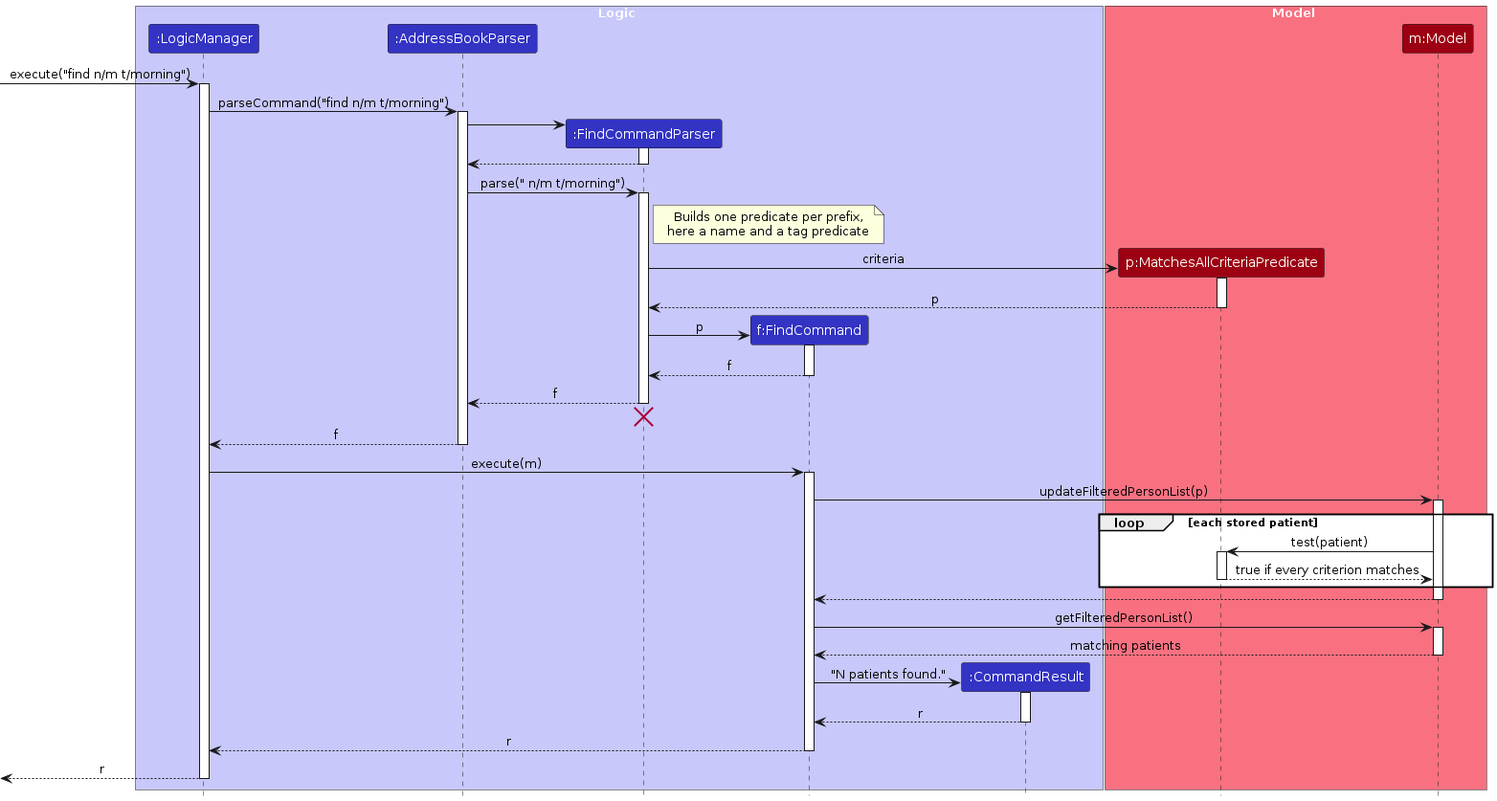
Before: diagrams/FindSequenceDiagram.png, a diagram exported from PlantUML (AY2627S1-CS2103T-T09-4/tp). Its source is kept beside it as diagrams/FindSequenceDiagram.puml.
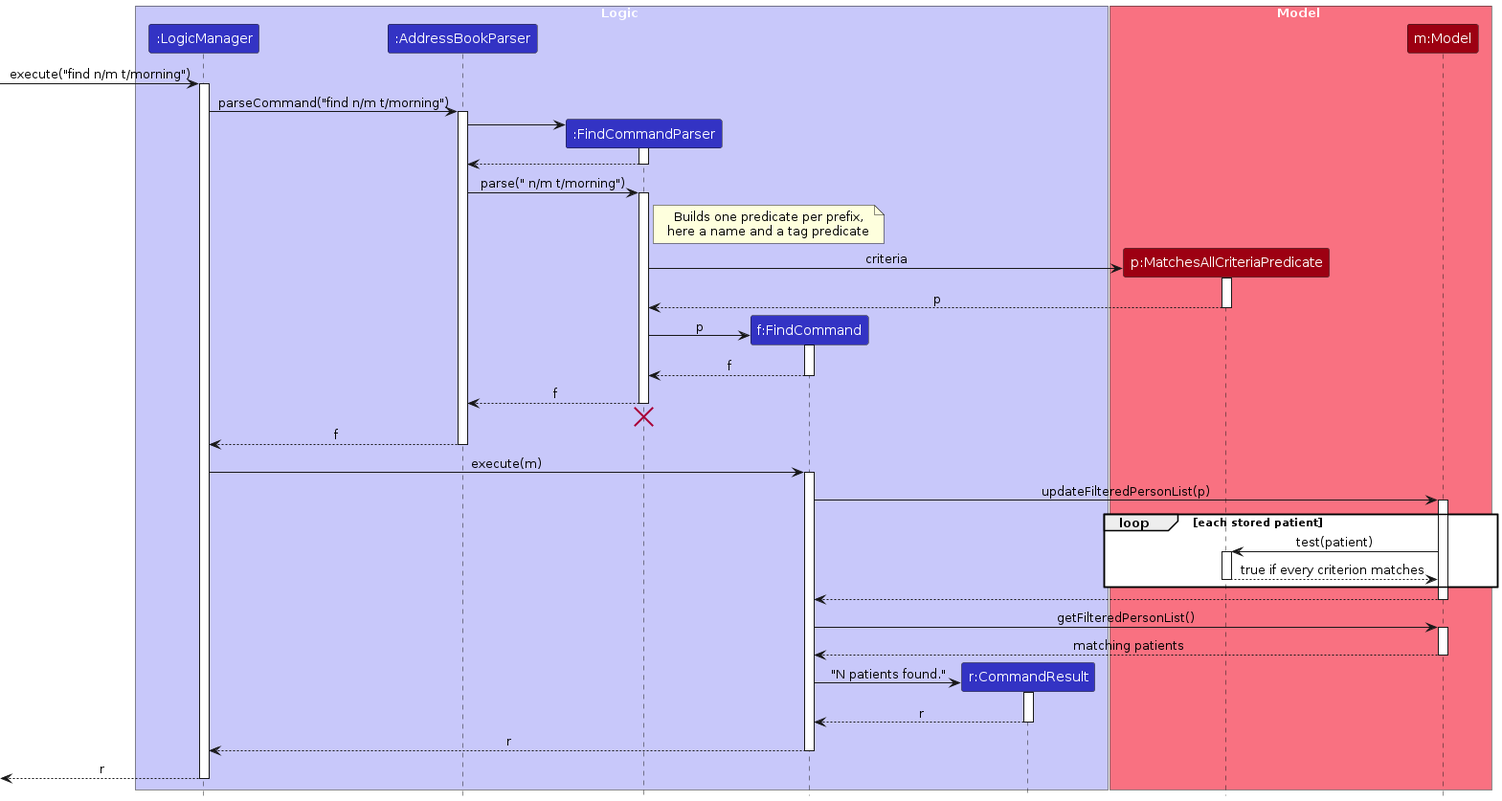
After the change.

Diff of the diagram source:
```diff
@@ -7,7 +7,7 @@
 participant ":AddressBookParser" as AddressBookParser LOGIC_COLOR
 participant ":FindCommandParser" as FindCommandParser LOGIC_COLOR
 participant "f:FindCommand" as FindCommand LOGIC_COLOR
-participant ":CommandResult" as CommandResult LOGIC_COLOR
+participant "r:CommandResult" as CommandResult LOGIC_COLOR
 end box
 
 box Model MODEL_COLOR_T1
```
